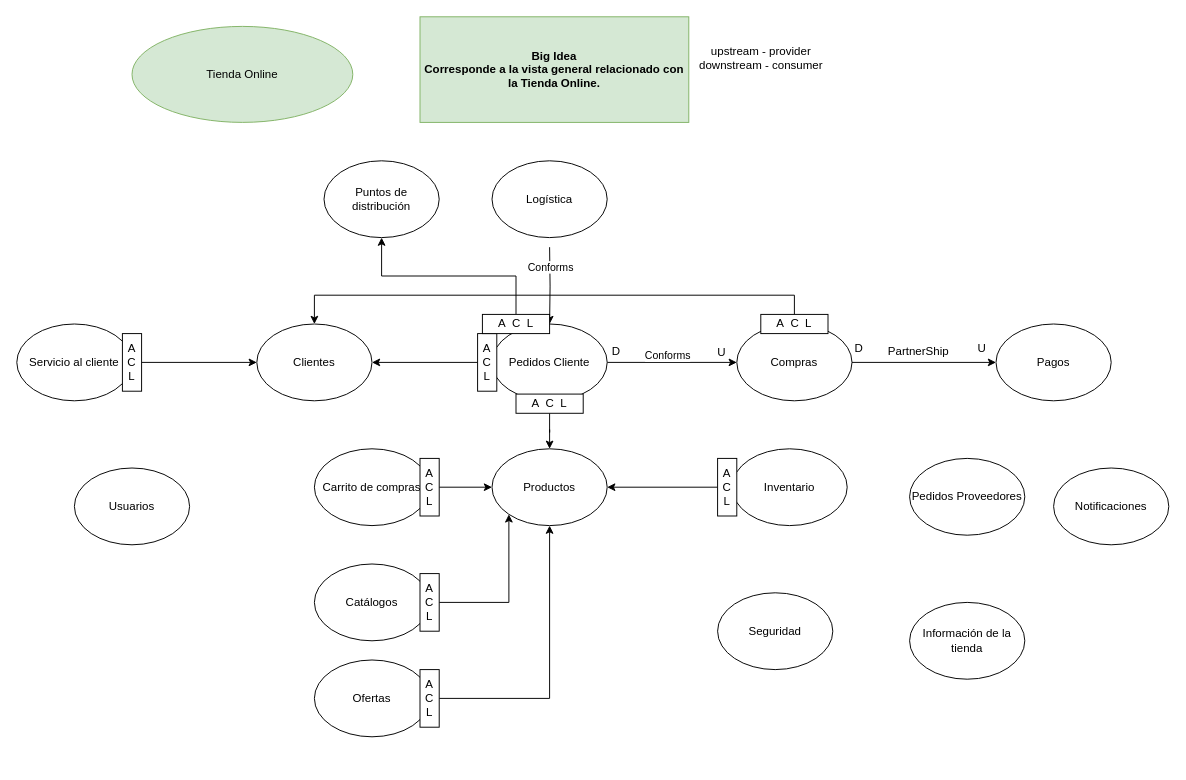
Above: TiendaOnline_Disenio.drawio in andrescardo98/doo (draw.io), before the change. Source tidied: cells renumbered, new cells numbered last; positions are measured from the earlier drawing's top-left corner, leaving out a move shared by most shapes. Both pictures are drawn from the tidied source at 96%, with x=0, y=0 at pixel (16, 16).
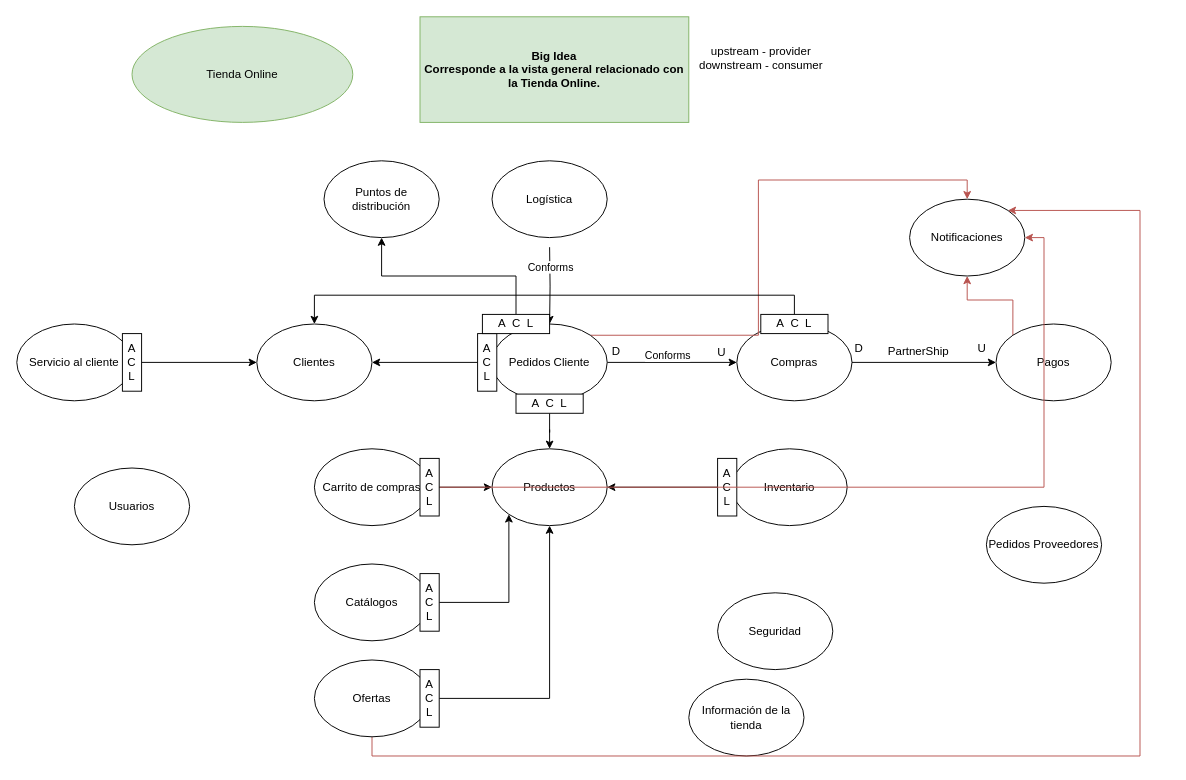
Above is the later version.

The change refers to these unchanged cells:
```xml
<mxCell id="12" value="Pagos" style="ellipse;whiteSpace=wrap;html=1;" parent="1" vertex="1">
  <mxGeometry x="1020" y="320" width="120" height="80" as="geometry" />
</mxCell>
<mxCell id="15" value="Pedidos Cliente" style="ellipse;whiteSpace=wrap;html=1;" parent="1" vertex="1">
  <mxGeometry x="495" y="320" width="120" height="80" as="geometry" />
</mxCell>
<mxCell id="20" value="Ofertas" style="ellipse;whiteSpace=wrap;html=1;" parent="1" vertex="1">
  <mxGeometry x="310" y="670" width="120" height="80" as="geometry" />
</mxCell>
<mxCell id="30" value="A&lt;br&gt;C&lt;br&gt;L" style="rounded=0;whiteSpace=wrap;html=1;" parent="1" vertex="1">
  <mxGeometry x="420" y="460" width="20" height="60" as="geometry" />
</mxCell>
```

The edit, as a diff of the source:
```diff
@@
     <mxCell id="5" value="Notificaciones" style="ellipse;whiteSpace=wrap;html=1;" parent="1" vertex="1">
-      <mxGeometry x="1080" y="470" width="120" height="80" as="geometry" />
+      <mxGeometry x="930" y="190" width="120" height="80" as="geometry" />
     </mxCell>
@@
     <mxCell id="7" value="Información de la tienda" style="ellipse;whiteSpace=wrap;html=1;" parent="1" vertex="1">
-      <mxGeometry x="930" y="610" width="120" height="80" as="geometry" />
+      <mxGeometry x="700" y="690" width="120" height="80" as="geometry" />
     </mxCell>
@@
+    <mxCell id="50" style="edgeStyle=orthogonalEdgeStyle;rounded=0;jettySize=auto;html=1;exitX=0;exitY=0;exitDx=0;exitDy=0;fillColor=#f8cecc;strokeColor=#b85450;" parent="1" edge="1" source="12" target="5">
+      <mxGeometry relative="1" as="geometry" />
+    </mxCell>
@@
+    <mxCell id="51" style="edgeStyle=orthogonalEdgeStyle;rounded=0;jettySize=auto;html=1;exitX=1;exitY=0;exitDx=0;exitDy=0;entryX=0.5;entryY=0;entryDx=0;entryDy=0;fillColor=#f8cecc;strokeColor=#b85450;" parent="1" edge="1" source="15" target="5">
+      <mxGeometry relative="1" as="geometry" />
+    </mxCell>
@@
     <mxCell id="16" value="Pedidos Proveedores" style="ellipse;whiteSpace=wrap;html=1;" parent="1" vertex="1">
-      <mxGeometry x="930" y="460" width="120" height="80" as="geometry" />
+      <mxGeometry x="1010" y="510" width="120" height="80" as="geometry" />
     </mxCell>
@@
+    <mxCell id="52" style="edgeStyle=orthogonalEdgeStyle;rounded=0;jettySize=auto;html=1;exitX=0.5;exitY=1;exitDx=0;exitDy=0;entryX=1;entryY=0;entryDx=0;entryDy=0;fillColor=#f8cecc;strokeColor=#b85450;" parent="1" edge="1" source="20" target="5">
+      <mxGeometry relative="1" as="geometry">
+        <Array as="points">
+          <mxPoint x="370" y="770" />
+          <mxPoint x="1170" y="770" />
+          <mxPoint x="1170" y="202" />
+        </Array>
+      </mxGeometry>
+    </mxCell>
@@
+    <mxCell id="53" style="edgeStyle=orthogonalEdgeStyle;rounded=0;jettySize=auto;html=1;exitX=1;exitY=0.5;exitDx=0;exitDy=0;entryX=1;entryY=0.5;entryDx=0;entryDy=0;fillColor=#f8cecc;strokeColor=#b85450;" parent="1" edge="1" source="30" target="5">
+      <mxGeometry relative="1" as="geometry" />
+    </mxCell>
```
